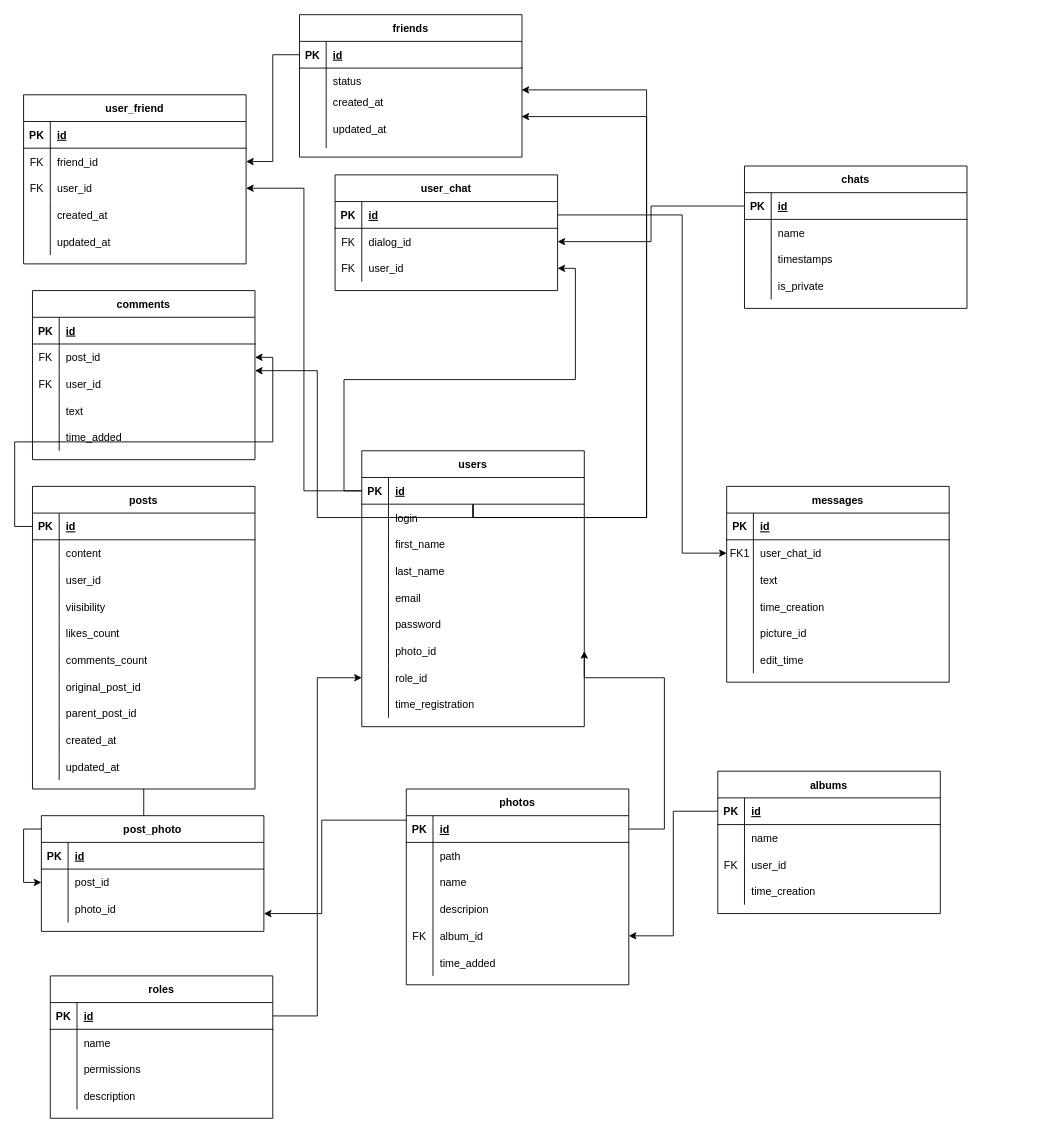
Before: DB_structure.drawio in abobandit/diagrams, a draw.io diagram. Source tidied: cells renumbered, new cells numbered last; positions are measured from the earlier drawing's top-left corner, leaving out a move shared by most shapes. Both pictures are drawn from the tidied source at 89%, with x=0, y=0 at pixel (23, 14).
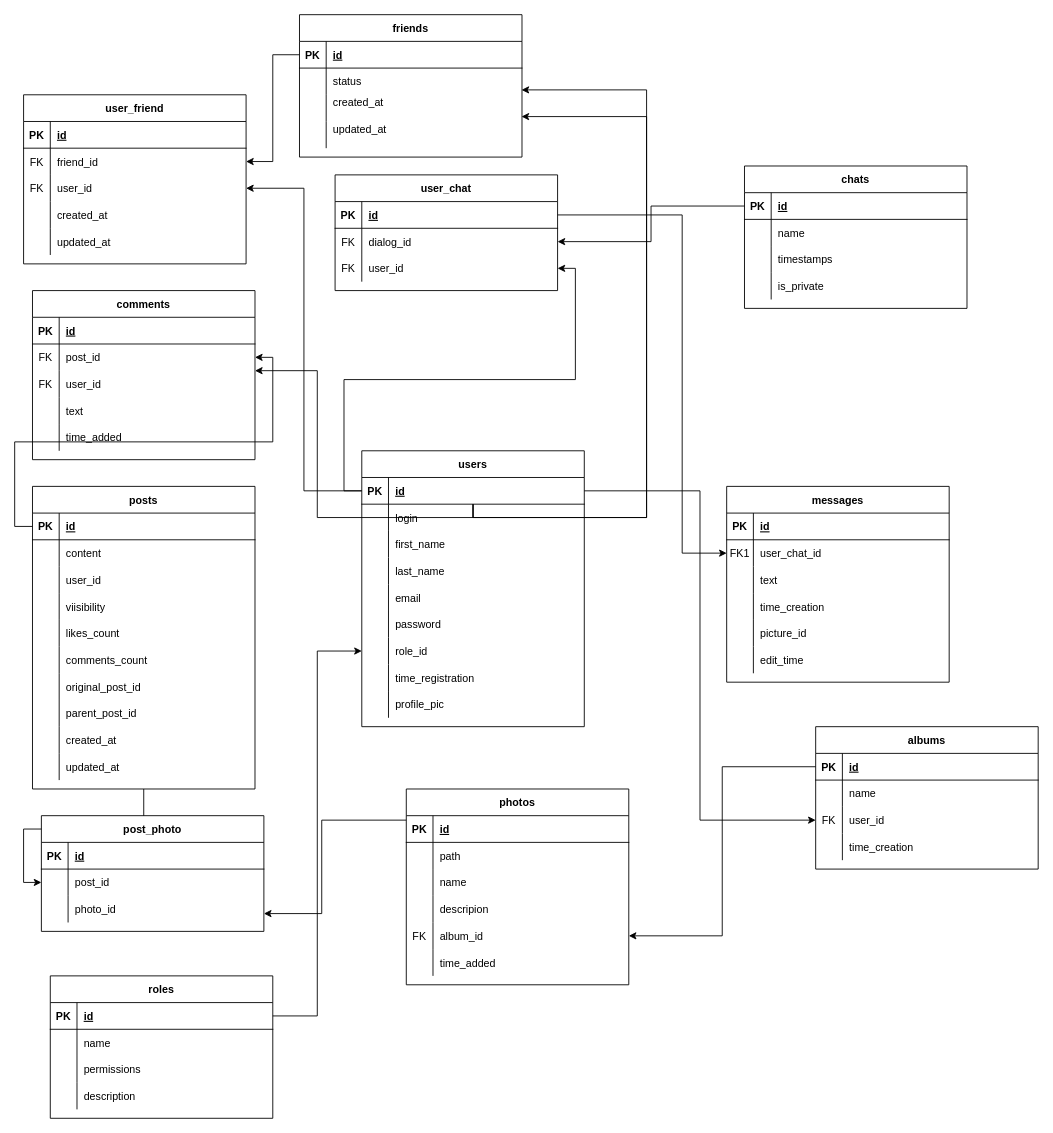
The same diagram, later.

The change refers to these unchanged cells:
```xml
<mxCell id="34" value="users" style="shape=table;startSize=30;childLayout=tableLayout;rowLines=0;fontStyle=1;align=center;" parent="1" vertex="1">
  <mxGeometry x="380" y="490" width="250" height="310" as="geometry" />
</mxCell>
<mxCell id="35" style="shape=partialRectangle;fillColor=none;points=[[0,0.5],[1,0.5]];portConstraint=eastwest;top=0;left=0;right=0;bottom=1;" parent="34" vertex="1">
  <mxGeometry y="30" width="250" height="30" as="geometry" />
</mxCell>
<mxCell id="111" style="shape=partialRectangle;fillColor=none;points=[[0,0.5],[1,0.5]];portConstraint=eastwest;top=0;left=0;right=0;bottom=0;" parent="104" vertex="1">
  <mxGeometry y="90" width="250" height="30" as="geometry" />
</mxCell>
<mxCell id="173" style="shape=partialRectangle;fillColor=none;points=[[0,0.5],[1,0.5]];portConstraint=eastwest;top=0;left=0;right=0;bottom=1;" parent="172" vertex="1">
  <mxGeometry y="30" width="250" height="30" as="geometry" />
</mxCell>
```

Diff of the diagram source:
```diff
@@
-    <mxCell id="53" style="shape=partialRectangle;fillColor=none;points=[[0,0.5],[1,0.5]];portConstraint=eastwest;top=0;left=0;right=0;bottom=0;" parent="34" vertex="1">
-      <mxGeometry y="210" width="250" height="30" as="geometry" />
-    </mxCell>
-    <mxCell id="54" style="shape=partialRectangle;overflow=hidden;fillColor=none;top=0;left=0;bottom=0;right=0;" parent="53" vertex="1">
-      <mxGeometry width="30" height="30" as="geometry" />
-    </mxCell>
-    <mxCell id="55" value="photo_id" style="shape=partialRectangle;overflow=hidden;fillColor=none;top=0;left=0;bottom=0;right=0;align=left;spacingLeft=6;" parent="53" vertex="1">
-      <mxGeometry x="30" width="220" height="30" as="geometry" />
-    </mxCell>
     <mxCell id="56" style="shape=partialRectangle;fillColor=none;points=[[0,0.5],[1,0.5]];portConstraint=eastwest;top=0;left=0;right=0;bottom=0;" parent="34" vertex="1">
-      <mxGeometry y="240" width="250" height="30" as="geometry" />
+      <mxGeometry y="210" width="250" height="30" as="geometry" />
     </mxCell>
@@
     <mxCell id="59" style="shape=partialRectangle;fillColor=none;top=0;left=0;right=0;bottom=0;" parent="34" vertex="1">
-      <mxGeometry y="270" width="250" height="30" as="geometry" />
+      <mxGeometry y="240" width="250" height="30" as="geometry" />
     </mxCell>
@@
+    <mxCell id="217" style="shape=partialRectangle;fillColor=none;top=0;left=0;right=0;bottom=0;" parent="34" vertex="1">
+      <mxGeometry y="270" width="250" height="30" as="geometry" />
+    </mxCell>
+    <mxCell id="54" style="shape=partialRectangle;overflow=hidden;fillColor=none;top=0;left=0;bottom=0;right=0;" parent="217" vertex="1">
+      <mxGeometry width="30" height="30" as="geometry" />
+    </mxCell>
+    <mxCell id="218" value="profile_pic" style="shape=partialRectangle;overflow=hidden;fillColor=none;top=0;left=0;bottom=0;right=0;align=left;spacingLeft=6;" parent="217" vertex="1">
+      <mxGeometry x="30" width="220" height="30" as="geometry" />
+    </mxCell>
@@
     <mxCell id="104" value="albums" style="shape=table;startSize=30;childLayout=tableLayout;rowLines=0;fontStyle=1;align=center;" parent="1" vertex="1">
-      <mxGeometry x="780" y="850" width="250" height="160" as="geometry" />
+      <mxGeometry x="890" y="800" width="250" height="160" as="geometry" />
     </mxCell>
@@
-    <mxCell id="198" style="edgeStyle=orthogonalEdgeStyle;rounded=0;jettySize=auto;html=1;entryX=1;entryY=0.5;entryDx=0;entryDy=0;" parent="1" edge="1" source="173" target="53">
-      <mxGeometry relative="1" as="geometry">
-        <Array as="points">
-          <mxPoint x="720" y="915" />
-          <mxPoint x="720" y="745" />
-        </Array>
-      </mxGeometry>
-    </mxCell>
@@
+    <mxCell id="219" style="edgeStyle=orthogonalEdgeStyle;rounded=0;jettySize=auto;html=1;" parent="1" edge="1" source="35" target="111">
+      <mxGeometry relative="1" as="geometry" />
+    </mxCell>
```
